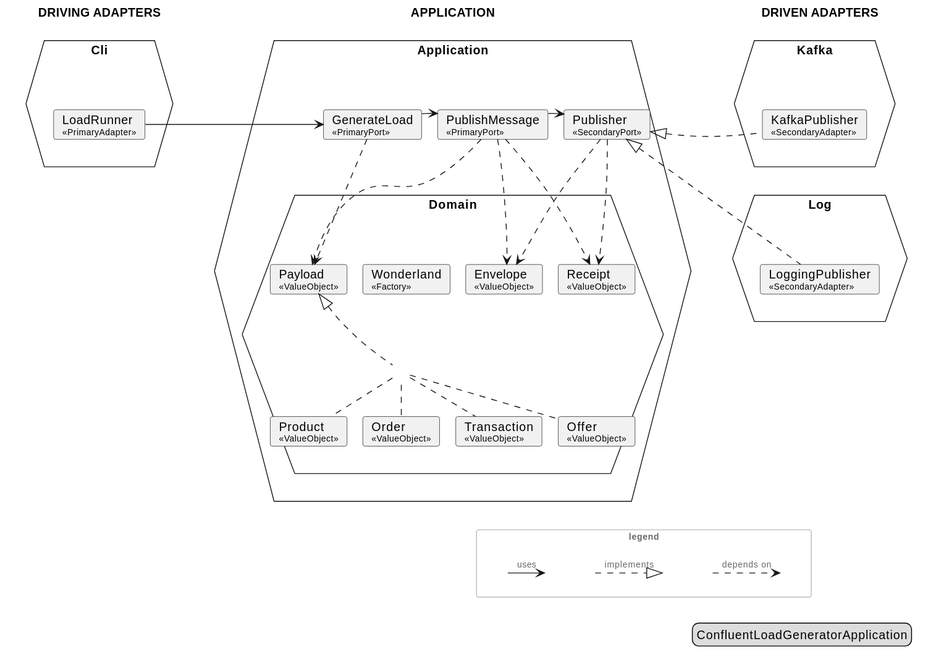
The PlantUML diagram docs/generated/architecture/svg/hexagon.svg in Mathmagicians/confluent-eventing-playground, before a commit.
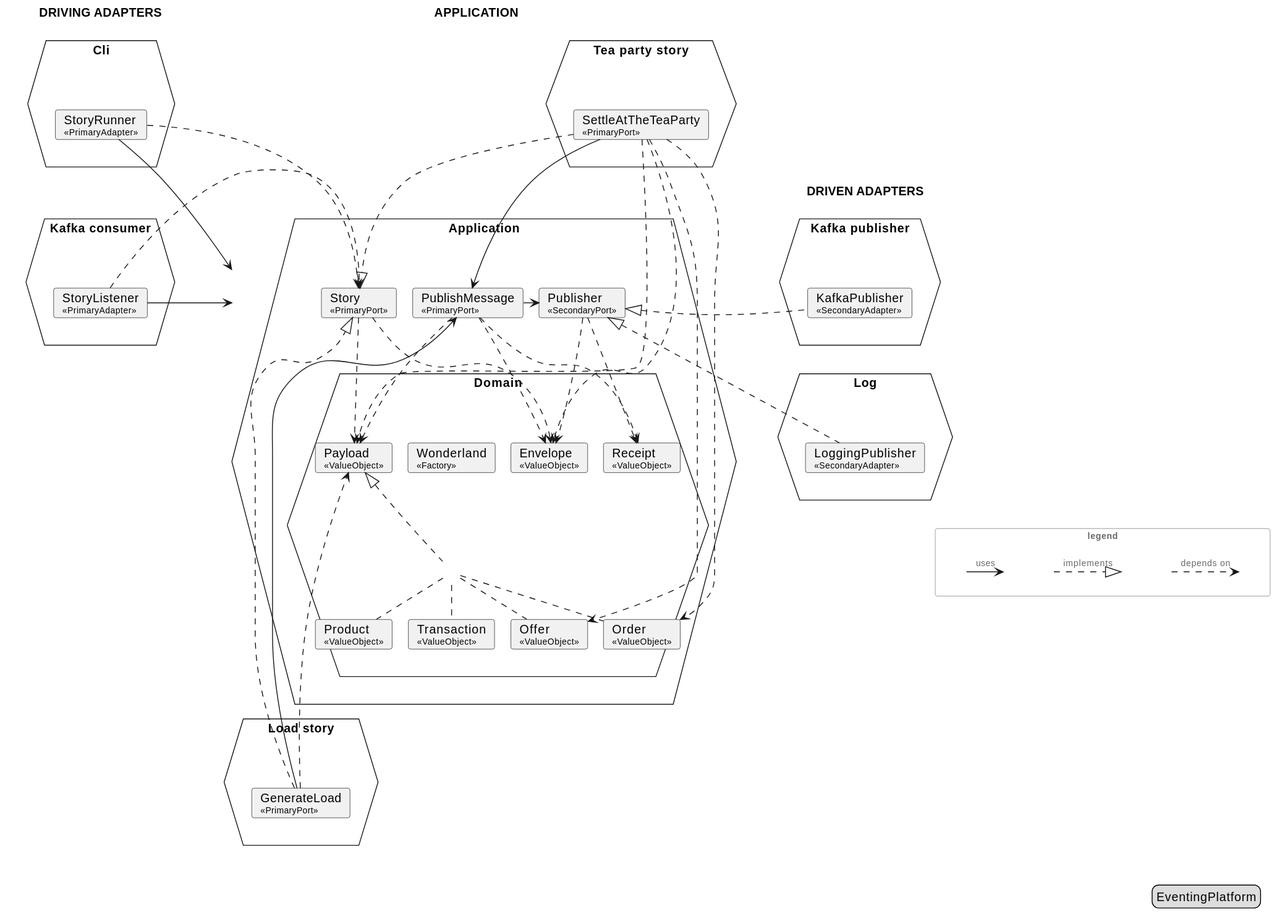
Above is the later version.

What changed in the source:
```diff
@@ -14,18 +14,24 @@
 rectangle "DRIVING ADAPTERS" as driving #line:transparent {
   hexagon "Cli" as m_Cli {
     rectangle "<size:1> </size>" as m_Cli_in #line:transparent {
-      card "LoadRunner\n<size:10>«PrimaryAdapter»</size>" as m_Cli_LoadRunner
+      card "StoryRunner\n<size:10>«PrimaryAdapter»</size>" as m_Cli_StoryRunner
     }
   }
+  hexagon "Kafka consumer" as m_Kafka_consumer {
+    rectangle "<size:1> </size>" as m_Kafka_consumer_in #line:transparent {
+      card "StoryListener\n<size:10>«PrimaryAdapter»</size>" as m_Kafka_consumer_StoryListener
+    }
+  }
+  m_Cli_StoryRunner -[hidden]down-> m_Kafka_consumer_StoryListener
 }
 rectangle "APPLICATION" as core #line:transparent {
   hexagon "Application" as m_Application {
     rectangle "<size:1> </size>" as m_Application_in #line:transparent {
-      card "GenerateLoad\n<size:10>«PrimaryPort»</size>" as m_Application_GenerateLoad
       card "PublishMessage\n<size:10>«PrimaryPort»</size>" as m_Application_PublishMessage
+      card "Story\n<size:10>«PrimaryPort»</size>" as m_Application_Story
       card "Publisher\n<size:10>«SecondaryPort»</size>" as m_Application_Publisher
-      m_Application_GenerateLoad -[hidden]right-> m_Application_PublishMessage
-      m_Application_PublishMessage -[hidden]right-> m_Application_Publisher
+      m_Application_PublishMessage -[hidden]right-> m_Application_Story
+      m_Application_Story -[hidden]right-> m_Application_Publisher
       hexagon "Domain" as m_Domain {
         rectangle "<size:1> </size>" as m_Domain_in #line:transparent {
           card "Wonderland\n<size:10>«Factory»</size>" as m_Domain_Wonderland
@@ -51,16 +57,31 @@
           m_Domain_Payload -[hidden]down-> m_Domain_Order
         }
       }
-      m_Application_GenerateLoad -[hidden]down-> m_Domain_Envelope
       m_Application_PublishMessage -[hidden]down-> m_Domain_Envelope
+      m_Application_Story -[hidden]down-> m_Domain_Envelope
       m_Application_Publisher -[hidden]down-> m_Domain_Envelope
     }
   }
+  hexagon "Load story" as m_Load_story {
+    rectangle "<size:1> </size>" as m_Load_story_in #line:transparent {
+      card "GenerateLoad\n<size:10>«PrimaryPort»</size>" as m_Load_story_GenerateLoad
+    }
+  }
+  hexagon "Tea party story" as m_Tea_party_story {
+    rectangle "<size:1> </size>" as m_Tea_party_story_in #line:transparent {
+      card "SettleAtTheTeaParty\n<size:10>«PrimaryPort»</size>" as m_Tea_party_story_SettleAtTheTeaParty
+    }
+  }
+  m_Domain_Offer -[hidden]down-> m_Load_story_GenerateLoad
+  m_Domain_Order -[hidden]down-> m_Load_story_GenerateLoad
+  m_Domain_Product -[hidden]down-> m_Load_story_GenerateLoad
+  m_Domain_Transaction -[hidden]down-> m_Load_story_GenerateLoad
+  m_Load_story_GenerateLoad -[hidden]down-> m_Tea_party_story_SettleAtTheTeaParty
 }
 rectangle "DRIVEN ADAPTERS" as driven #line:transparent {
-  hexagon "Kafka" as m_Kafka {
-    rectangle "<size:1> </size>" as m_Kafka_in #line:transparent {
-      card "KafkaPublisher\n<size:10>«SecondaryAdapter»</size>" as m_Kafka_KafkaPublisher
+  hexagon "Kafka publisher" as m_Kafka_publisher {
+    rectangle "<size:1> </size>" as m_Kafka_publisher_in #line:transparent {
+      card "KafkaPublisher\n<size:10>«SecondaryAdapter»</size>" as m_Kafka_publisher_KafkaPublisher
     }
   }
   hexagon "Log" as m_Log {
@@ -68,20 +89,32 @@
       card "LoggingPublisher\n<size:10>«SecondaryAdapter»</size>" as m_Log_LoggingPublisher
     }
   }
-  m_Kafka_KafkaPublisher -[hidden]down-> m_Log_LoggingPublisher
+  m_Kafka_publisher_KafkaPublisher -[hidden]down-> m_Log_LoggingPublisher
 }
 
-m_Application_GenerateLoad -right-> m_Application_PublishMessage
-m_Application_GenerateLoad ..> m_Domain_Payload
 m_Application_PublishMessage -right-> m_Application_Publisher
 m_Application_PublishMessage ..> m_Domain_Envelope
 m_Application_PublishMessage ..> m_Domain_Payload
 m_Application_PublishMessage ..> m_Domain_Receipt
 m_Application_Publisher ..> m_Domain_Envelope
 m_Application_Publisher ..> m_Domain_Receipt
-m_Cli_LoadRunner -right-> m_Application_GenerateLoad
-m_Kafka_KafkaPublisher .left.|> m_Application_Publisher
+m_Application_Story ..> m_Domain_Envelope
+m_Application_Story ..> m_Domain_Payload
+m_Cli_StoryRunner -right-> m_Application
+m_Cli_StoryRunner .right.> m_Application_Story
+m_Kafka_consumer_StoryListener -right-> m_Application
+m_Kafka_consumer_StoryListener .right.> m_Application_Story
+m_Kafka_publisher_KafkaPublisher .left.|> m_Application_Publisher
+m_Load_story_GenerateLoad --> m_Application_PublishMessage
+m_Load_story_GenerateLoad ..|> m_Application_Story
+m_Load_story_GenerateLoad ..> m_Domain_Payload
 m_Log_LoggingPublisher .left.|> m_Application_Publisher
+m_Tea_party_story_SettleAtTheTeaParty --> m_Application_PublishMessage
+m_Tea_party_story_SettleAtTheTeaParty ..|> m_Application_Story
+m_Tea_party_story_SettleAtTheTeaParty ..> m_Domain_Envelope
+m_Tea_party_story_SettleAtTheTeaParty ..> m_Domain_Offer
+m_Tea_party_story_SettleAtTheTeaParty ..> m_Domain_Order
+m_Tea_party_story_SettleAtTheTeaParty ..> m_Domain_Payload
 
 rectangle "<size:10>legend</size>" as legend #line:BBBBBB;text:666666 {
   label " " as l_uses_from
@@ -97,11 +130,8 @@
   l_implements_to -[hidden]right-> l_depends_on_from
 }
 m_Log_LoggingPublisher -[hidden]down-> l_uses_from
-m_Domain_Offer -[hidden]down-> l_uses_from
-m_Domain_Order -[hidden]down-> l_uses_from
-m_Domain_Product -[hidden]down-> l_uses_from
-m_Domain_Transaction -[hidden]down-> l_uses_from
+m_Tea_party_story_SettleAtTheTeaParty -[hidden]down-> l_uses_from
 legend right
-  ConfluentLoadGeneratorApplication
+  EventingPlatform
 endlegend
 @enduml
```
